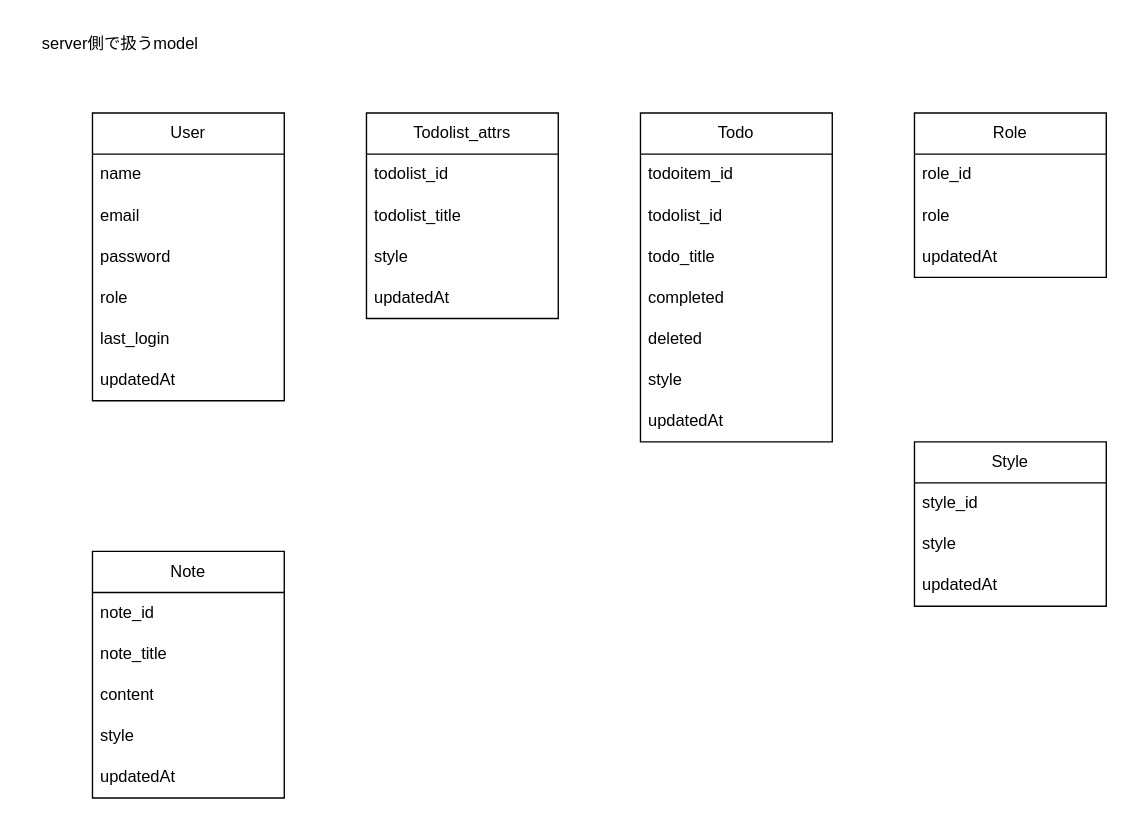
suda-3156/todolist keeps this draw.io diagram as model-front.drawio. Above is the earlier version. Source tidied: cells renumbered, new cells numbered last; positions are measured from the earlier drawing's top-left corner, leaving out a move shared by most shapes. Both pictures are drawn from the tidied source at 137%, with x=0, y=0 at pixel (23, 23).
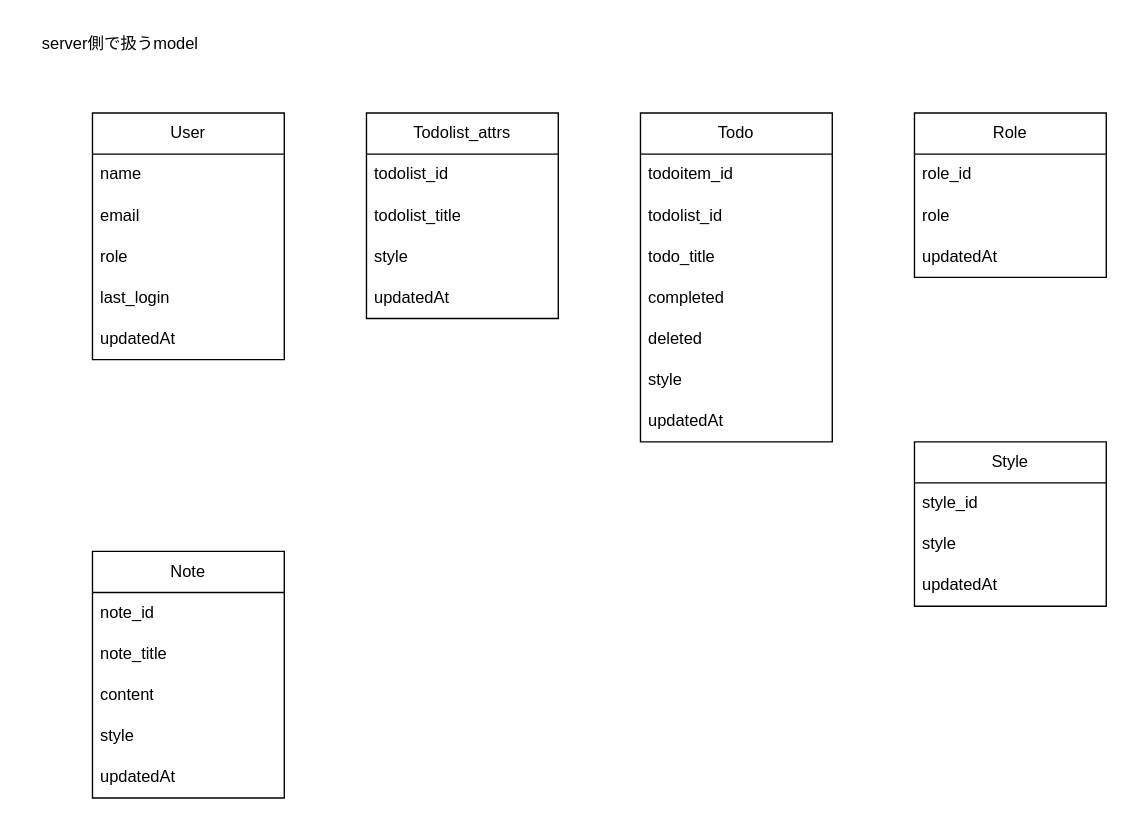
After the change.

Diff of the diagram source:
```diff
@@
     <mxCell id="2" value="User" style="swimlane;fontStyle=0;horizontal=1;startSize=30;whiteSpace=wrap;html=1;" parent="1" vertex="1">
-      <mxGeometry x="50" y="65" width="140" height="210" as="geometry" />
+      <mxGeometry x="50" y="65" width="140" height="180" as="geometry" />
     </mxCell>
@@
-    <mxCell id="5" value="password" style="text;strokeColor=none;fillColor=none;align=left;verticalAlign=middle;spacingLeft=4;spacingRight=4;overflow=hidden;whiteSpace=wrap;html=1;" parent="2" vertex="1">
-      <mxGeometry y="90" width="140" height="30" as="geometry" />
-    </mxCell>
     <mxCell id="6" value="role" style="text;strokeColor=none;fillColor=none;align=left;verticalAlign=middle;spacingLeft=4;spacingRight=4;overflow=hidden;whiteSpace=wrap;html=1;" parent="2" vertex="1">
-      <mxGeometry y="120" width="140" height="30" as="geometry" />
+      <mxGeometry y="90" width="140" height="30" as="geometry" />
     </mxCell>
     <mxCell id="7" value="last_login" style="text;strokeColor=none;fillColor=none;align=left;verticalAlign=middle;spacingLeft=4;spacingRight=4;overflow=hidden;whiteSpace=wrap;html=1;" parent="2" vertex="1">
-      <mxGeometry y="150" width="140" height="30" as="geometry" />
+      <mxGeometry y="120" width="140" height="30" as="geometry" />
     </mxCell>
     <mxCell id="8" value="updatedAt" style="text;strokeColor=none;fillColor=none;align=left;verticalAlign=middle;spacingLeft=4;spacingRight=4;overflow=hidden;whiteSpace=wrap;html=1;" parent="2" vertex="1">
-      <mxGeometry y="180" width="140" height="30" as="geometry" />
+      <mxGeometry y="150" width="140" height="30" as="geometry" />
     </mxCell>
```
